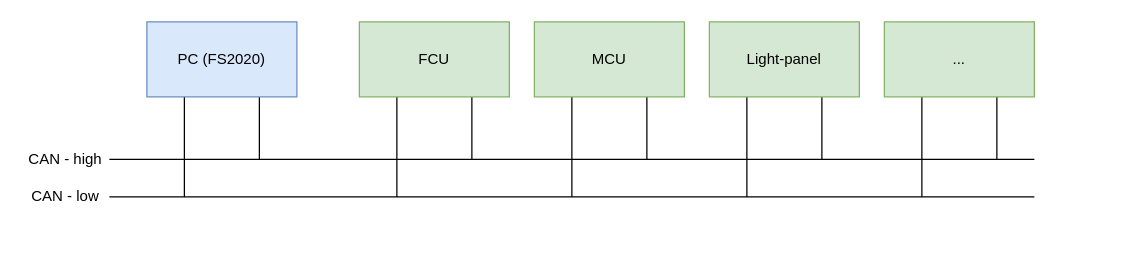
This is src/msfs_communication/canbus_presentation/canbus-architecture.drawio from rguilbeau/A320_CAN_BUS, a draw.io file, before an edit. Source tidied: cells renumbered, new cells numbered last; positions are measured from the earlier drawing's top-left corner, leaving out a move shared by most shapes. Both pictures are drawn from the tidied source at 125%, with x=0, y=0 at pixel (21, 21).
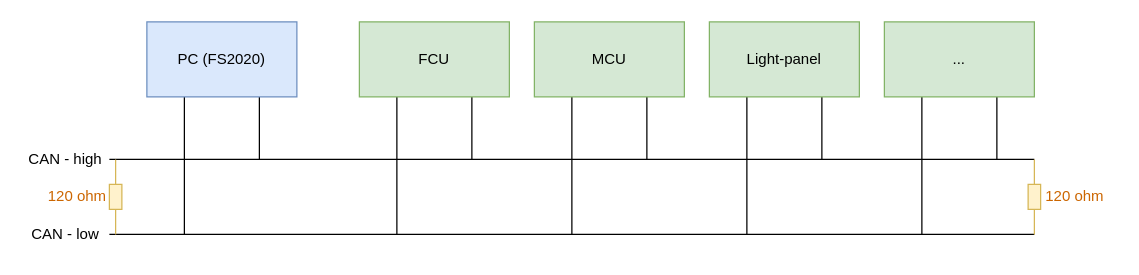
The same diagram, later.

The change refers to these unchanged cells:
```xml
<mxCell id="4" value="FCU" style="rounded=0;whiteSpace=wrap;html=1;fillColor=#d5e8d4;strokeColor=#82b366;" parent="1" vertex="1">
  <mxGeometry x="270" width="120" height="60" as="geometry" />
</mxCell>
<mxCell id="7" value="MCU" style="rounded=0;whiteSpace=wrap;html=1;fillColor=#d5e8d4;strokeColor=#82b366;" parent="1" vertex="1">
  <mxGeometry x="410" width="120" height="60" as="geometry" />
</mxCell>
<mxCell id="10" value="Light-panel" style="rounded=0;whiteSpace=wrap;html=1;fillColor=#d5e8d4;strokeColor=#82b366;" parent="1" vertex="1">
  <mxGeometry x="550" width="120" height="60" as="geometry" />
</mxCell>
<mxCell id="13" value="..." style="rounded=0;whiteSpace=wrap;html=1;fillColor=#d5e8d4;strokeColor=#82b366;" parent="1" vertex="1">
  <mxGeometry x="690" width="120" height="60" as="geometry" />
</mxCell>
<mxCell id="16" value="PC (FS2020)" style="rounded=0;whiteSpace=wrap;html=1;fillColor=#dae8fc;strokeColor=#6c8ebf;" parent="1" vertex="1">
  <mxGeometry x="100" width="120" height="60" as="geometry" />
</mxCell>
```

Change to the diagram source:
```diff
@@
     <mxCell id="2" style="edgeStyle=orthogonalEdgeStyle;rounded=0;jettySize=auto;html=1;exitX=0.25;exitY=1;exitDx=0;exitDy=0;endArrow=none;endFill=0;" parent="1" edge="1" source="4">
       <mxGeometry relative="1" as="geometry">
-        <mxPoint x="300" y="140" as="targetPoint" />
+        <mxPoint x="300" y="170" as="targetPoint" />
       </mxGeometry>
     </mxCell>
@@
     <mxCell id="6" style="edgeStyle=orthogonalEdgeStyle;rounded=0;jettySize=auto;html=1;exitX=0.25;exitY=1;exitDx=0;exitDy=0;endArrow=none;endFill=0;" parent="1" edge="1" source="7">
       <mxGeometry relative="1" as="geometry">
-        <mxPoint x="440" y="140" as="targetPoint" />
+        <mxPoint x="440" y="170" as="targetPoint" />
       </mxGeometry>
     </mxCell>
@@
     <mxCell id="8" style="edgeStyle=orthogonalEdgeStyle;rounded=0;jettySize=auto;html=1;exitX=0.25;exitY=1;exitDx=0;exitDy=0;endArrow=none;endFill=0;" parent="1" edge="1" source="10">
       <mxGeometry relative="1" as="geometry">
-        <mxPoint x="580" y="140" as="targetPoint" />
+        <mxPoint x="580" y="170" as="targetPoint" />
       </mxGeometry>
     </mxCell>
@@
     <mxCell id="11" style="edgeStyle=orthogonalEdgeStyle;rounded=0;jettySize=auto;html=1;exitX=0.25;exitY=1;exitDx=0;exitDy=0;endArrow=none;endFill=0;" parent="1" edge="1" source="13">
       <mxGeometry relative="1" as="geometry">
-        <mxPoint x="720" y="140" as="targetPoint" />
+        <mxPoint x="720" y="170" as="targetPoint" />
       </mxGeometry>
     </mxCell>
@@
     <mxCell id="14" style="edgeStyle=orthogonalEdgeStyle;rounded=0;jettySize=auto;html=1;exitX=0.25;exitY=1;exitDx=0;exitDy=0;endArrow=none;endFill=0;" parent="1" edge="1" source="16">
       <mxGeometry relative="1" as="geometry">
-        <mxPoint x="130" y="140" as="targetPoint" />
+        <mxPoint x="130" y="170" as="targetPoint" />
       </mxGeometry>
     </mxCell>
@@
     <mxCell id="18" style="endArrow=none;html=1;rounded=0;" parent="1" edge="1">
       <mxGeometry relative="1" as="geometry">
-        <mxPoint x="70" y="140" as="sourcePoint" />
-        <mxPoint x="810" y="140" as="targetPoint" />
+        <mxPoint x="70" y="170" as="sourcePoint" />
+        <mxPoint x="810" y="170" as="targetPoint" />
       </mxGeometry>
     </mxCell>
@@
     <mxCell id="20" value="CAN - low" style="text;html=1;strokeColor=none;fillColor=none;align=center;verticalAlign=middle;whiteSpace=wrap;rounded=0;" parent="1" vertex="1">
-      <mxGeometry y="125" width="70" height="30" as="geometry" />
+      <mxGeometry y="155" width="70" height="30" as="geometry" />
     </mxCell>
+    <mxCell id="21" style="edgeStyle=orthogonalEdgeStyle;rounded=0;jettySize=auto;html=1;endArrow=none;endFill=0;fillColor=#fff2cc;strokeColor=#d6b656;" parent="1" edge="1" source="23">
+      <mxGeometry relative="1" as="geometry">
+        <mxPoint x="810" y="110" as="targetPoint" />
+      </mxGeometry>
+    </mxCell>
+    <mxCell id="22" style="edgeStyle=orthogonalEdgeStyle;rounded=0;jettySize=auto;html=1;endArrow=none;endFill=0;fillColor=#fff2cc;strokeColor=#d6b656;" parent="1" edge="1" source="23">
+      <mxGeometry relative="1" as="geometry">
+        <mxPoint x="810" y="170" as="targetPoint" />
+      </mxGeometry>
+    </mxCell>
+    <mxCell id="23" style="rounded=0;whiteSpace=wrap;html=1;fillColor=#fff2cc;strokeColor=#d6b656;" parent="1" vertex="1">
+      <mxGeometry x="805" y="130" width="10" height="20" as="geometry" />
+    </mxCell>
+    <mxCell id="24" style="edgeStyle=orthogonalEdgeStyle;rounded=0;jettySize=auto;html=1;endArrow=none;endFill=0;fillColor=#fff2cc;strokeColor=#d6b656;" parent="1" edge="1" source="26">
+      <mxGeometry relative="1" as="geometry">
+        <mxPoint x="75" y="110" as="targetPoint" />
+      </mxGeometry>
+    </mxCell>
+    <mxCell id="25" style="edgeStyle=orthogonalEdgeStyle;rounded=0;jettySize=auto;html=1;endArrow=none;endFill=0;fillColor=#fff2cc;strokeColor=#d6b656;" parent="1" edge="1" source="26">
+      <mxGeometry relative="1" as="geometry">
+        <mxPoint x="75" y="170" as="targetPoint" />
+      </mxGeometry>
+    </mxCell>
+    <mxCell id="26" style="rounded=0;whiteSpace=wrap;html=1;fillColor=#fff2cc;strokeColor=#d6b656;" parent="1" vertex="1">
+      <mxGeometry x="70" y="130" width="10" height="20" as="geometry" />
+    </mxCell>
+    <mxCell id="27" value="120 ohm" style="text;html=1;align=center;verticalAlign=middle;strokeColor=none;fillColor=none;fontColor=#CC6600;" parent="1" vertex="1">
+      <mxGeometry x="807" y="125" width="70" height="30" as="geometry" />
+    </mxCell>
+    <mxCell id="28" value="120 ohm" style="text;html=1;align=center;verticalAlign=middle;strokeColor=none;fillColor=none;fontColor=#CC6600;" parent="1" vertex="1">
+      <mxGeometry x="9" y="125" width="70" height="30" as="geometry" />
+    </mxCell>
```
